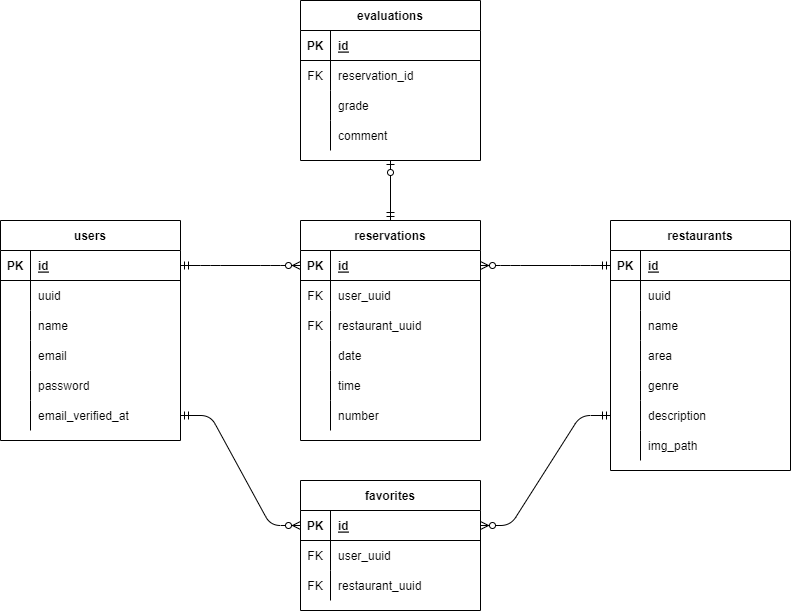
The draw.io diagram laravel/ER.drawio.png in kochigit/20220902_kochi_rese, before a commit. Source tidied: cells renumbered, new cells last; positions are measured from the earlier drawing's top-left corner, leaving out a move shared by most shapes.
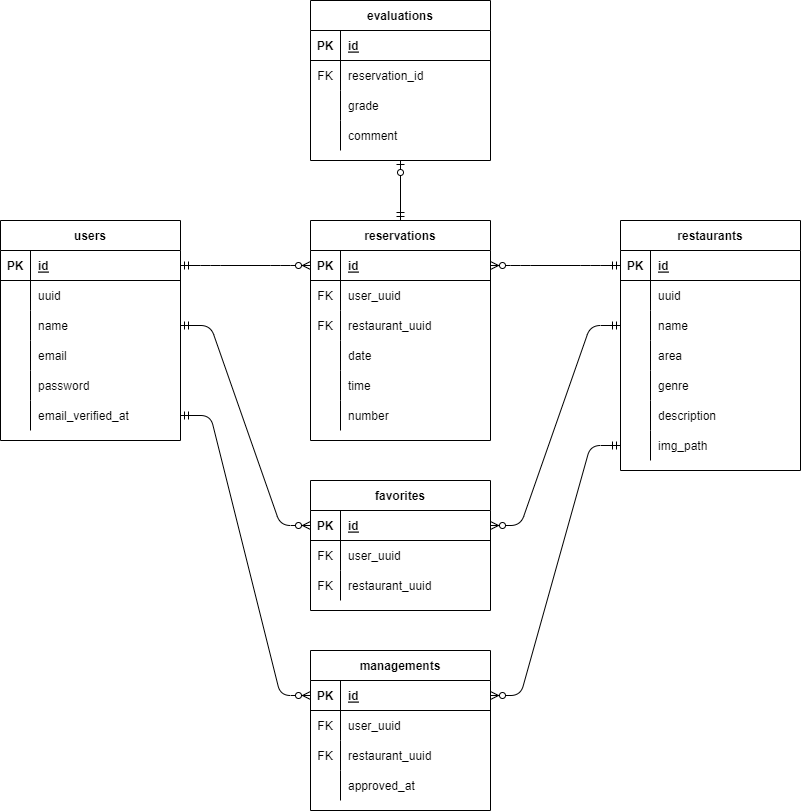
The same file after the commit.

The edit, as a diff of the source:
```diff
@@ -3,7 +3,7 @@
     <mxCell id="0" />
     <mxCell id="1" parent="0" />
     <mxCell id="2" value="users" style="shape=table;startSize=30;rowLines=0;fontStyle=1;align=center;" parent="1" vertex="1">
-      <mxGeometry y="220" width="180" height="220" as="geometry" />
+      <mxGeometry x="-10" y="220" width="180" height="220" as="geometry" />
     </mxCell>
     <mxCell id="3" style="shape=partialRectangle;fillColor=none;top=0;left=0;bottom=1;right=0;points=[[0,0.5],[1,0.5]];portConstraint=eastwest;" parent="2" vertex="1">
       <mxGeometry y="30" width="180" height="30" as="geometry" />
@@ -212,13 +212,13 @@
     <mxCell id="71" value="number" style="shape=partialRectangle;fillColor=none;top=0;left=0;bottom=0;right=0;align=left;spacingLeft=6;overflow=hidden;" parent="69" vertex="1">
       <mxGeometry x="30" width="150" height="30" as="geometry" />
     </mxCell>
-    <mxCell id="72" style="edgeStyle=entityRelationEdgeStyle;fontSize=12;html=1;endArrow=ERzeroToMany;startArrow=ERmandOne;entryX=0;entryY=0.5;entryDx=0;entryDy=0;exitX=1;exitY=0.5;exitDx=0;exitDy=0;" parent="1" edge="1" source="18" target="44">
+    <mxCell id="72" style="edgeStyle=entityRelationEdgeStyle;fontSize=12;html=1;endArrow=ERzeroToMany;startArrow=ERmandOne;exitX=1;exitY=0.5;exitDx=0;exitDy=0;entryX=0;entryY=0.5;entryDx=0;entryDy=0;" parent="1" edge="1" source="9" target="44">
       <mxGeometry relative="1" as="geometry" />
     </mxCell>
     <mxCell id="73" style="edgeStyle=entityRelationEdgeStyle;fontSize=12;html=1;endArrow=ERzeroToMany;startArrow=ERmandOne;entryX=0;entryY=0.5;entryDx=0;entryDy=0;exitX=1;exitY=0.5;exitDx=0;exitDy=0;" parent="1" edge="1" source="3" target="54">
       <mxGeometry relative="1" as="geometry" />
     </mxCell>
-    <mxCell id="74" style="edgeStyle=entityRelationEdgeStyle;fontSize=12;html=1;endArrow=ERzeroToMany;startArrow=ERmandOne;entryX=1;entryY=0.5;entryDx=0;entryDy=0;exitX=0;exitY=0.5;exitDx=0;exitDy=0;" parent="1" edge="1" source="37" target="44">
+    <mxCell id="74" style="edgeStyle=entityRelationEdgeStyle;fontSize=12;html=1;endArrow=ERzeroToMany;startArrow=ERmandOne;entryX=1;entryY=0.5;entryDx=0;entryDy=0;exitX=0;exitY=0.5;exitDx=0;exitDy=0;" parent="1" edge="1" source="28" target="44">
       <mxGeometry relative="1" as="geometry" />
     </mxCell>
     <mxCell id="75" style="edgeStyle=entityRelationEdgeStyle;fontSize=12;html=1;endArrow=ERzeroToMany;startArrow=ERmandOne;entryX=1;entryY=0.5;entryDx=0;entryDy=0;exitX=0;exitY=0.5;exitDx=0;exitDy=0;" parent="1" edge="1" source="22" target="54">
@@ -266,5 +266,50 @@
     <mxCell id="89" style="fontSize=12;html=1;endArrow=ERmandOne;startArrow=ERzeroToOne;entryX=0.5;entryY=0;entryDx=0;entryDy=0;startFill=0;exitX=0.5;exitY=1;exitDx=0;exitDy=0;" parent="1" edge="1" source="76" target="53">
       <mxGeometry relative="1" as="geometry" />
     </mxCell>
+    <mxCell id="90" value="managements" style="shape=table;startSize=30;rowLines=0;fontStyle=1;align=center;" parent="1" vertex="1">
+      <mxGeometry x="300" y="650" width="180" height="160" as="geometry" />
+    </mxCell>
+    <mxCell id="91" style="shape=partialRectangle;fillColor=none;top=0;left=0;bottom=1;right=0;points=[[0,0.5],[1,0.5]];portConstraint=eastwest;" parent="90" vertex="1">
+      <mxGeometry y="30" width="180" height="30" as="geometry" />
+    </mxCell>
+    <mxCell id="92" value="PK" style="shape=partialRectangle;fillColor=none;top=0;left=0;bottom=0;right=0;fontStyle=1;overflow=hidden;" parent="91" vertex="1">
+      <mxGeometry width="30" height="30" as="geometry" />
+    </mxCell>
+    <mxCell id="93" value="id" style="shape=partialRectangle;fillColor=none;top=0;left=0;bottom=0;right=0;align=left;spacingLeft=6;fontStyle=5;overflow=hidden;" parent="91" vertex="1">
+      <mxGeometry x="30" width="150" height="30" as="geometry" />
+    </mxCell>
+    <mxCell id="94" style="shape=partialRectangle;fillColor=none;top=0;left=0;bottom=0;right=0;" parent="90" vertex="1">
+      <mxGeometry y="60" width="180" height="30" as="geometry" />
+    </mxCell>
+    <mxCell id="95" value="FK" style="shape=partialRectangle;fillColor=none;top=0;left=0;bottom=0;right=0;overflow=hidden;" parent="94" vertex="1">
+      <mxGeometry width="30" height="30" as="geometry" />
+    </mxCell>
+    <mxCell id="96" value="user_uuid" style="shape=partialRectangle;fillColor=none;top=0;left=0;bottom=0;right=0;align=left;spacingLeft=6;overflow=hidden;" parent="94" vertex="1">
+      <mxGeometry x="30" width="150" height="30" as="geometry" />
+    </mxCell>
+    <mxCell id="97" style="shape=partialRectangle;fillColor=none;top=0;left=0;bottom=0;right=0;" parent="90" vertex="1">
+      <mxGeometry y="90" width="180" height="30" as="geometry" />
+    </mxCell>
+    <mxCell id="98" value="FK" style="shape=partialRectangle;fillColor=none;top=0;left=0;bottom=0;right=0;overflow=hidden;" parent="97" vertex="1">
+      <mxGeometry width="30" height="30" as="geometry" />
+    </mxCell>
+    <mxCell id="99" value="restaurant_uuid" style="shape=partialRectangle;fillColor=none;top=0;left=0;bottom=0;right=0;align=left;spacingLeft=6;overflow=hidden;" parent="97" vertex="1">
+      <mxGeometry x="30" width="150" height="30" as="geometry" />
+    </mxCell>
+    <mxCell id="100" style="shape=partialRectangle;fillColor=none;top=0;left=0;bottom=0;right=0;" parent="90" vertex="1">
+      <mxGeometry y="120" width="180" height="30" as="geometry" />
+    </mxCell>
+    <mxCell id="101" style="shape=partialRectangle;fillColor=none;top=0;left=0;bottom=0;right=0;overflow=hidden;" parent="100" vertex="1">
+      <mxGeometry width="30" height="30" as="geometry" />
+    </mxCell>
+    <mxCell id="102" value="approved_at" style="shape=partialRectangle;fillColor=none;top=0;left=0;bottom=0;right=0;align=left;spacingLeft=6;overflow=hidden;" parent="100" vertex="1">
+      <mxGeometry x="30" width="150" height="30" as="geometry" />
+    </mxCell>
+    <mxCell id="103" style="fontSize=12;html=1;endArrow=ERzeroToMany;startArrow=ERmandOne;entryX=0;entryY=0.5;entryDx=0;entryDy=0;exitX=1;exitY=0.5;exitDx=0;exitDy=0;edgeStyle=entityRelationEdgeStyle;elbow=vertical;" parent="1" edge="1" source="18" target="91">
+      <mxGeometry relative="1" as="geometry" />
+    </mxCell>
+    <mxCell id="104" style="edgeStyle=entityRelationEdgeStyle;fontSize=12;html=1;endArrow=ERzeroToMany;startArrow=ERmandOne;entryX=1;entryY=0.5;entryDx=0;entryDy=0;exitX=0;exitY=0.5;exitDx=0;exitDy=0;" parent="1" edge="1" source="40" target="91">
+      <mxGeometry relative="1" as="geometry" />
+    </mxCell>
   </root>
 </mxGraphModel>
```
